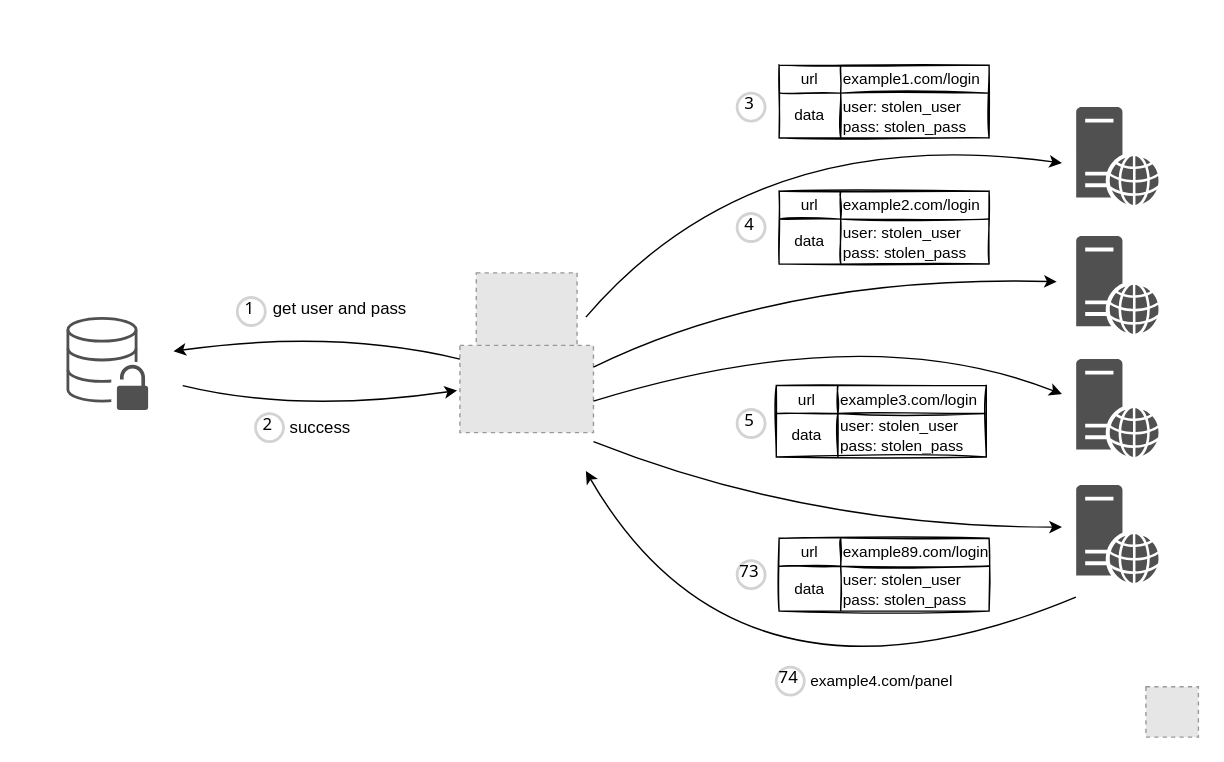
qeeqbox/credential-stuffing keeps this draw.io diagram as credential-stuffing.drawio. Above is the earlier version. Source tidied: cells renumbered, new cells numbered last; positions are measured from the earlier drawing's top-left corner, leaving out a move shared by most shapes. Both pictures are drawn from the tidied source at 140%, with x=0, y=0 at pixel (24, 24). Pictures stored in the file or linked from it are replaced by grey dashed boxes.
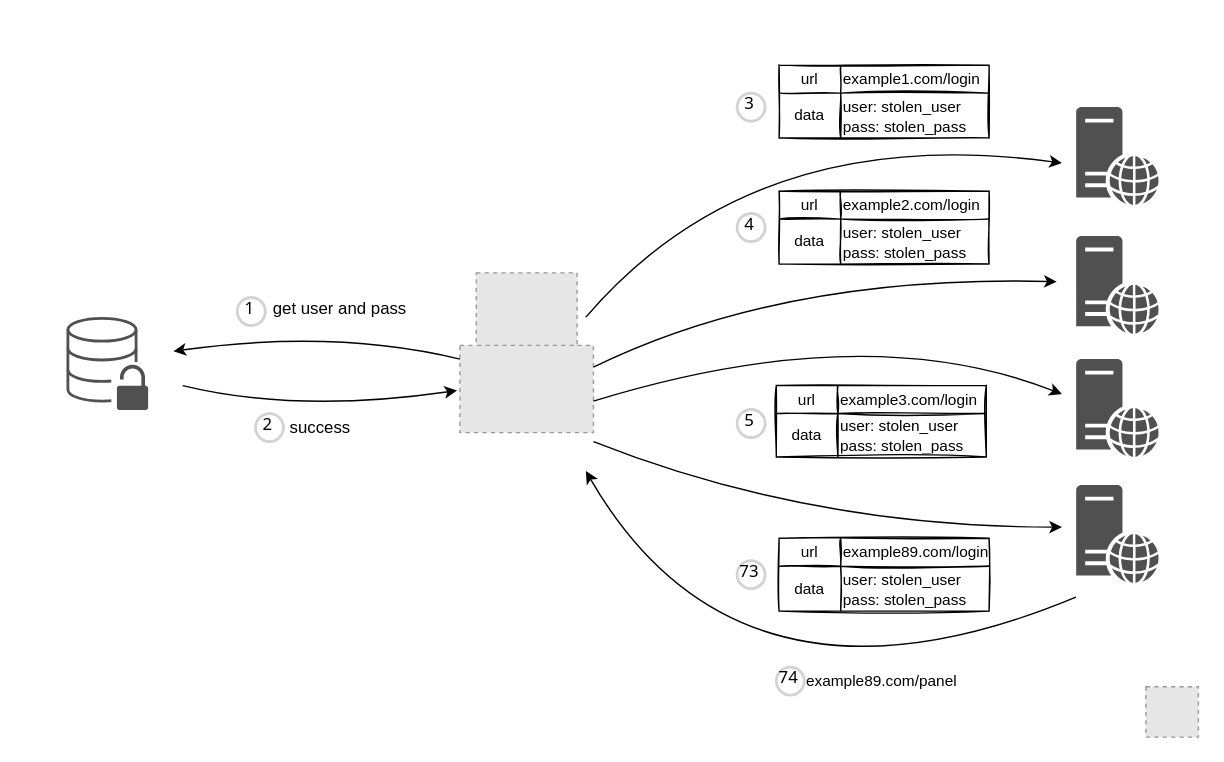
Above is the later version.

What changed in the source:
```diff
@@
-    <mxCell id="59" value="&lt;span style=&quot;font-size: 11px&quot;&gt;example4.com/panel&lt;/span&gt;" style="text;html=1;align=center;verticalAlign=middle;strokeColor=none;fillColor=none;" parent="1" vertex="1">
+    <mxCell id="59" value="&lt;span style=&quot;font-size: 11px&quot;&gt;example89&lt;/span&gt;&lt;span style=&quot;font-size: 11px&quot;&gt;.com/panel&lt;/span&gt;" style="text;html=1;align=center;verticalAlign=middle;strokeColor=none;fillColor=none;" parent="1" vertex="1">
       <mxGeometry x="552" y="459" width="120" height="20" as="geometry" />
     </mxCell>
```
